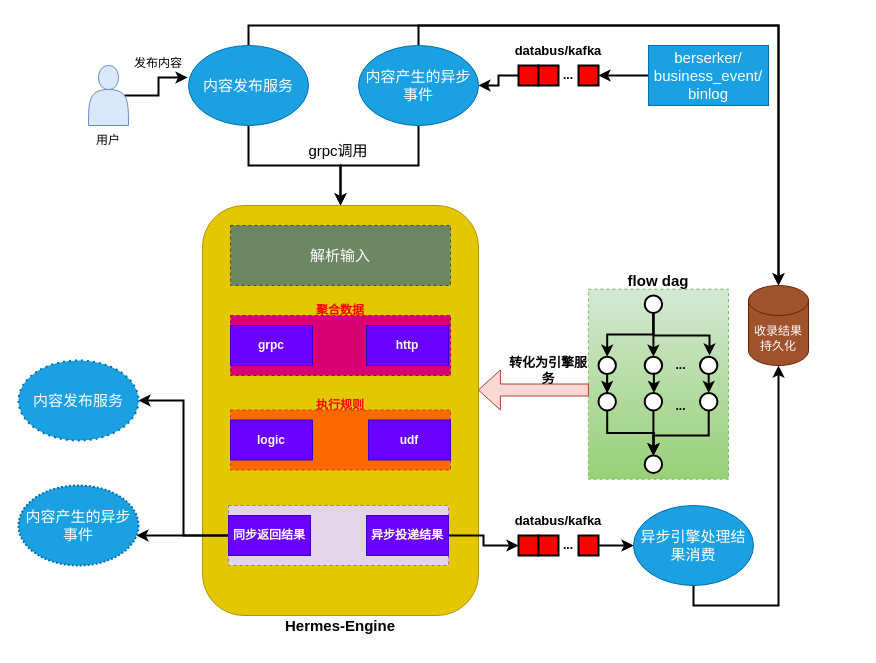
Above: 收录业务系统架构.drawio in smartcharles/tech_draw (draw.io), before the change. Source tidied: cells renumbered, new cells numbered last; positions are measured from the earlier drawing's top-left corner, leaving out a move shared by most shapes. Both pictures are drawn from the tidied source at 100%, with x=0, y=0 at pixel (18, 35).
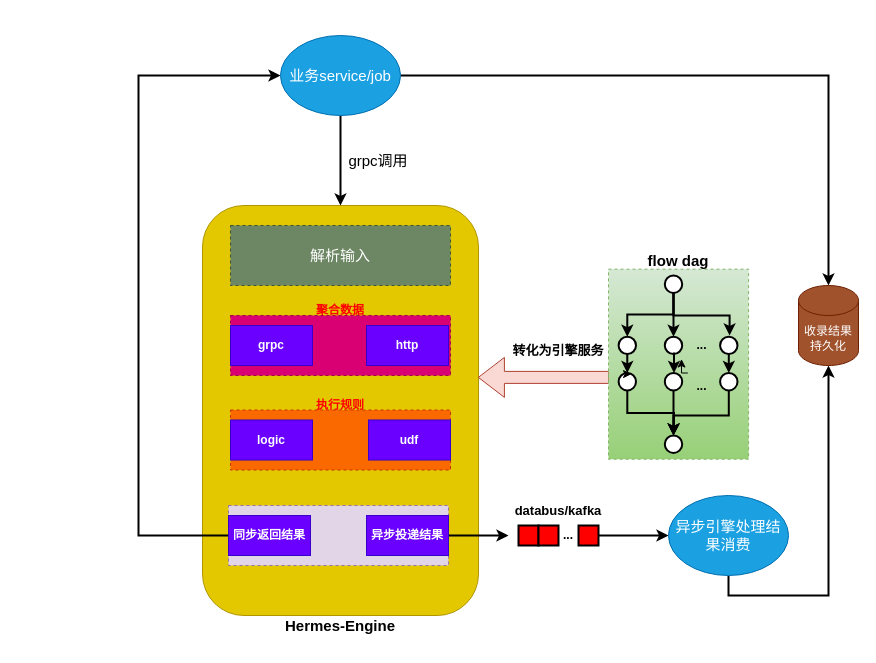
The same diagram, later.

Commit message (it also covers changes not shown here):
更新收录业务系统架构.drawio

Unchanged cells that the change refers to:
```xml
<mxCell id="9" style="rounded=1;whiteSpace=wrap;html=1;fillColor=#e3c800;strokeColor=#B09500;fontColor=#000000;" parent="1" vertex="1">
  <mxGeometry x="184" y="170" width="276" height="410" as="geometry" />
</mxCell>
<mxCell id="21" style="rounded=0;whiteSpace=wrap;html=1;dashed=1;fillColor=#e1d5e7;strokeColor=#9673a6;" parent="1" vertex="1">
  <mxGeometry x="210" y="470" width="220" height="60" as="geometry" />
</mxCell>
<mxCell id="28" value="&lt;b&gt;同步返回结果&lt;/b&gt;" style="rounded=0;whiteSpace=wrap;html=1;fillColor=#6a00ff;fontColor=#ffffff;strokeColor=#3700CC;" parent="1" vertex="1">
  <mxGeometry x="210" y="480" width="82" height="40" as="geometry" />
</mxCell>
<mxCell id="30" value="&lt;b&gt;异步投递结果&lt;/b&gt;" style="rounded=0;whiteSpace=wrap;html=1;fillColor=#6a00ff;fontColor=#ffffff;strokeColor=#3700CC;" parent="1" vertex="1">
  <mxGeometry x="348" y="480" width="82" height="40" as="geometry" />
</mxCell>
<mxCell id="71" value="&lt;b&gt;...&lt;/b&gt;" style="text;strokeColor=none;align=center;fillColor=none;html=1;verticalAlign=middle;whiteSpace=wrap;rounded=0;" parent="54" vertex="1">
  <mxGeometry x="55.4" y="56.7" width="55.4" height="27.2" as="geometry" />
</mxCell>
<mxCell id="72" value="&lt;b&gt;...&lt;/b&gt;" style="text;strokeColor=none;align=center;fillColor=none;html=1;verticalAlign=middle;whiteSpace=wrap;rounded=0;" parent="54" vertex="1">
  <mxGeometry x="55.4" y="97.5" width="55.4" height="27.2" as="geometry" />
</mxCell>
```

What changed in the source:
```diff
@@
-    <mxCell id="2" style="rounded=0;whiteSpace=wrap;html=1;dashed=1;fillColor=#d5e8d4;gradientColor=#97d077;strokeColor=#82b366;" parent="1" vertex="1">
-      <mxGeometry x="569.9" y="253.7" width="140.1" height="190" as="geometry" />
-    </mxCell>
-    <mxCell id="3" style="edgeStyle=orthogonalEdgeStyle;rounded=0;jettySize=auto;html=1;exitX=0.5;exitY=1;exitDx=0;exitDy=0;strokeWidth=2;" parent="1" edge="1" source="5" target="9">
-      <mxGeometry relative="1" as="geometry">
-        <Array as="points">
-          <mxPoint x="230" y="130" />
-          <mxPoint x="322" y="130" />
-        </Array>
-      </mxGeometry>
-    </mxCell>
-    <mxCell id="4" style="edgeStyle=orthogonalEdgeStyle;rounded=0;jettySize=auto;html=1;exitX=0.5;exitY=0;exitDx=0;exitDy=0;strokeWidth=2;" parent="1" edge="1" source="5" target="12">
-      <mxGeometry relative="1" as="geometry" />
-    </mxCell>
-    <mxCell id="5" value="&lt;span style=&quot;font-size: 15px;&quot;&gt;内容发布服务&lt;/span&gt;" style="ellipse;whiteSpace=wrap;html=1;fillColor=#1ba1e2;fontColor=#ffffff;strokeColor=#006EAF;" parent="1" vertex="1">
-      <mxGeometry x="170" y="10" width="120" height="80" as="geometry" />
-    </mxCell>
-    <mxCell id="6" style="edgeStyle=orthogonalEdgeStyle;rounded=0;jettySize=auto;html=1;exitX=0.5;exitY=1;exitDx=0;exitDy=0;entryX=0.5;entryY=0;entryDx=0;entryDy=0;strokeWidth=2;" parent="1" edge="1" source="8" target="9">
-      <mxGeometry relative="1" as="geometry" />
-    </mxCell>
-    <mxCell id="7" style="edgeStyle=orthogonalEdgeStyle;rounded=0;jettySize=auto;html=1;exitX=0.5;exitY=0;exitDx=0;exitDy=0;entryX=0.5;entryY=0;entryDx=0;entryDy=0;entryPerimeter=0;strokeWidth=2;" parent="1" edge="1" source="8" target="12">
-      <mxGeometry relative="1" as="geometry" />
-    </mxCell>
-    <mxCell id="8" value="&lt;font style=&quot;font-size: 15px;&quot;&gt;内容产生的异步事件&lt;/font&gt;" style="ellipse;whiteSpace=wrap;html=1;fillColor=#1ba1e2;fontColor=#ffffff;strokeColor=#006EAF;" parent="1" vertex="1">
-      <mxGeometry x="340" y="10" width="120" height="80" as="geometry" />
-    </mxCell>
@@
     <mxCell id="11" value="&lt;font style=&quot;font-size: 15px;&quot;&gt;异步引擎处理结果消费&lt;/font&gt;" style="ellipse;whiteSpace=wrap;html=1;fillColor=#1ba1e2;fontColor=#ffffff;strokeColor=#006EAF;" parent="1" vertex="1">
-      <mxGeometry x="615" y="470" width="120" height="80" as="geometry" />
+      <mxGeometry x="650" y="460" width="120" height="80" as="geometry" />
     </mxCell>
     <mxCell id="12" value="收录结果持久化" style="shape=cylinder3;whiteSpace=wrap;html=1;boundedLbl=1;backgroundOutline=1;size=15;fillColor=#a0522d;strokeColor=#6D1F00;fontColor=#ffffff;" parent="1" vertex="1">
-      <mxGeometry x="730" y="250" width="60" height="80" as="geometry" />
+      <mxGeometry x="780" y="250" width="60" height="80" as="geometry" />
     </mxCell>
-    <mxCell id="13" style="edgeStyle=orthogonalEdgeStyle;rounded=0;jettySize=auto;html=1;exitX=0.9;exitY=0.5;exitDx=0;exitDy=0;exitPerimeter=0;entryX=-0.008;entryY=0.4;entryDx=0;entryDy=0;entryPerimeter=0;strokeWidth=2;" parent="1" edge="1" source="14" target="5">
-      <mxGeometry relative="1" as="geometry">
-        <Array as="points">
-          <mxPoint x="140" y="60" />
-          <mxPoint x="140" y="42" />
-        </Array>
-      </mxGeometry>
-    </mxCell>
-    <mxCell id="14" style="shape=actor;whiteSpace=wrap;html=1;fillColor=#dae8fc;strokeColor=#6c8ebf;" parent="1" vertex="1">
-      <mxGeometry x="70" y="30" width="40" height="60" as="geometry" />
-    </mxCell>
-    <mxCell id="15" style="edgeStyle=orthogonalEdgeStyle;rounded=0;jettySize=auto;html=1;exitX=0;exitY=0.5;exitDx=0;exitDy=0;entryX=1;entryY=0.5;entryDx=0;entryDy=0;strokeWidth=2;" parent="1" edge="1" source="16" target="46">
-      <mxGeometry relative="1" as="geometry" />
-    </mxCell>
-    <mxCell id="16" value="&lt;font style=&quot;font-size: 15px;&quot;&gt;berserker/&lt;br&gt;business_event/&lt;br&gt;binlog&lt;br&gt;&lt;/font&gt;" style="rounded=0;whiteSpace=wrap;html=1;fillColor=#1ba1e2;fontColor=#ffffff;strokeColor=#006EAF;" parent="1" vertex="1">
-      <mxGeometry x="630" y="10" width="120" height="60" as="geometry" />
-    </mxCell>
-    <mxCell id="17" style="edgeStyle=orthogonalEdgeStyle;rounded=0;jettySize=auto;html=1;exitX=0;exitY=0.5;exitDx=0;exitDy=0;entryX=1;entryY=0.5;entryDx=0;entryDy=0;strokeWidth=2;" parent="1" edge="1" target="8">
-      <mxGeometry relative="1" as="geometry">
-        <mxPoint x="500" y="40" as="sourcePoint" />
-        <Array as="points">
-          <mxPoint x="480" y="40" />
-          <mxPoint x="480" y="50" />
-        </Array>
-      </mxGeometry>
-    </mxCell>
@@
-    <mxCell id="19" style="edgeStyle=orthogonalEdgeStyle;rounded=0;jettySize=auto;html=1;exitX=0;exitY=0.5;exitDx=0;exitDy=0;entryX=1;entryY=0.5;entryDx=0;entryDy=0;strokeWidth=2;" parent="1" edge="1" source="21" target="32">
-      <mxGeometry relative="1" as="geometry" />
-    </mxCell>
-    <mxCell id="20" style="edgeStyle=orthogonalEdgeStyle;rounded=0;jettySize=auto;html=1;entryX=0.983;entryY=0.625;entryDx=0;entryDy=0;entryPerimeter=0;strokeWidth=2;" parent="1" edge="1" source="21" target="33">
-      <mxGeometry relative="1" as="geometry">
-        <Array as="points">
-          <mxPoint x="160" y="500" />
-          <mxPoint x="160" y="500" />
-        </Array>
-      </mxGeometry>
-    </mxCell>
@@
+    <mxCell id="79" style="edgeStyle=orthogonalEdgeStyle;rounded=0;jettySize=auto;html=1;entryX=0;entryY=0.5;entryDx=0;entryDy=0;strokeWidth=2;" parent="1" edge="1" source="28" target="83">
+      <mxGeometry relative="1" as="geometry">
+        <Array as="points">
+          <mxPoint x="120" y="500" />
+          <mxPoint x="120" y="40" />
+        </Array>
+      </mxGeometry>
+    </mxCell>
@@
-    <mxCell id="29" style="edgeStyle=orthogonalEdgeStyle;rounded=0;jettySize=auto;html=1;strokeWidth=2;" parent="1" edge="1" source="30">
-      <mxGeometry relative="1" as="geometry">
-        <mxPoint x="500" y="510" as="targetPoint" />
-        <Array as="points">
-          <mxPoint x="465" y="500" />
-          <mxPoint x="465" y="510" />
-        </Array>
-      </mxGeometry>
-    </mxCell>
+    <mxCell id="80" style="edgeStyle=orthogonalEdgeStyle;rounded=0;jettySize=auto;html=1;exitX=1;exitY=0.5;exitDx=0;exitDy=0;strokeWidth=2;" parent="1" edge="1" source="30">
+      <mxGeometry relative="1" as="geometry">
+        <mxPoint x="490" y="500" as="targetPoint" />
+        <Array as="points">
+          <mxPoint x="460" y="500" />
+          <mxPoint x="460" y="500" />
+        </Array>
+      </mxGeometry>
+    </mxCell>
@@
-    <mxCell id="31" value="发布内容" style="text;strokeColor=none;align=center;fillColor=none;html=1;verticalAlign=middle;whiteSpace=wrap;rounded=0;" parent="1" vertex="1">
-      <mxGeometry x="110" y="12.5" width="60" height="30" as="geometry" />
-    </mxCell>
-    <mxCell id="32" value="&lt;span style=&quot;font-size: 15px;&quot;&gt;内容发布服务&lt;/span&gt;" style="ellipse;whiteSpace=wrap;html=1;dashed=1;dashPattern=1 2;strokeWidth=2;fillColor=#1ba1e2;fontColor=#ffffff;strokeColor=#006EAF;" parent="1" vertex="1">
-      <mxGeometry y="325" width="120" height="80" as="geometry" />
-    </mxCell>
-    <mxCell id="33" value="&lt;font style=&quot;font-size: 15px;&quot;&gt;内容产生的异步事件&lt;/font&gt;" style="ellipse;whiteSpace=wrap;html=1;dashed=1;dashPattern=1 1;strokeWidth=2;fillColor=#1ba1e2;fontColor=#ffffff;strokeColor=#006EAF;" parent="1" vertex="1">
-      <mxGeometry y="450" width="120" height="80" as="geometry" />
-    </mxCell>
-    <mxCell id="34" style="edgeStyle=orthogonalEdgeStyle;rounded=0;jettySize=auto;html=1;exitX=1;exitY=0.5;exitDx=0;exitDy=0;entryX=0;entryY=0.5;entryDx=0;entryDy=0;" parent="1" edge="1" target="11">
-      <mxGeometry relative="1" as="geometry">
-        <mxPoint x="590" y="510" as="sourcePoint" />
-      </mxGeometry>
-    </mxCell>
@@
-    <mxCell id="37" value="用户" style="text;strokeColor=none;align=center;fillColor=none;html=1;verticalAlign=middle;whiteSpace=wrap;rounded=0;" parent="1" vertex="1">
-      <mxGeometry x="60" y="90" width="60" height="30" as="geometry" />
-    </mxCell>
     <mxCell id="38" value="grpc调用" style="text;strokeColor=none;align=center;fillColor=none;html=1;verticalAlign=middle;whiteSpace=wrap;rounded=0;fontSize=15;" parent="1" vertex="1">
-      <mxGeometry x="280" y="100" width="80" height="30" as="geometry" />
+      <mxGeometry x="320" y="110" width="80" height="30" as="geometry" />
     </mxCell>
-    <mxCell id="39" style="edgeStyle=orthogonalEdgeStyle;rounded=0;jettySize=auto;html=1;strokeWidth=2;" parent="1" edge="1" target="11">
-      <mxGeometry relative="1" as="geometry">
-        <mxPoint x="580" y="510" as="sourcePoint" />
-        <Array as="points">
-          <mxPoint x="600" y="510" />
-          <mxPoint x="600" y="510" />
-        </Array>
-      </mxGeometry>
-    </mxCell>
-    <mxCell id="40" style="group;" parent="1" vertex="1">
-      <mxGeometry x="490" width="100" height="55" as="geometry" />
-    </mxCell>
-    <mxCell id="41" value="&lt;b&gt;&lt;font style=&quot;font-size: 13px;&quot;&gt;databus/kafka&lt;/font&gt;&lt;/b&gt;" style="text;strokeColor=none;align=center;fillColor=none;html=1;verticalAlign=middle;whiteSpace=wrap;rounded=0;" parent="40" vertex="1">
-      <mxGeometry width="100" height="30" as="geometry" />
-    </mxCell>
-    <mxCell id="42" style="group;" parent="40" vertex="1">
-      <mxGeometry x="10" y="25" width="80" height="30" as="geometry" />
-    </mxCell>
-    <mxCell id="43" style="rounded=0;whiteSpace=wrap;html=1;strokeWidth=2;fillColor=#FF0000;" parent="42" vertex="1">
-      <mxGeometry y="5" width="20" height="20" as="geometry" />
-    </mxCell>
-    <mxCell id="44" style="rounded=0;whiteSpace=wrap;html=1;strokeWidth=2;fillColor=#FF0000;" parent="42" vertex="1">
-      <mxGeometry x="20" y="5" width="20" height="20" as="geometry" />
-    </mxCell>
-    <mxCell id="45" value="&lt;b&gt;...&lt;/b&gt;" style="text;strokeColor=none;align=center;fillColor=none;html=1;verticalAlign=middle;whiteSpace=wrap;rounded=0;" parent="42" vertex="1">
-      <mxGeometry x="20" width="60" height="30" as="geometry" />
-    </mxCell>
-    <mxCell id="46" style="rounded=0;whiteSpace=wrap;html=1;strokeWidth=2;fillColor=#FF0000;" parent="42" vertex="1">
-      <mxGeometry x="60" y="5" width="20" height="20" as="geometry" />
-    </mxCell>
     <mxCell id="47" style="group;" parent="1" vertex="1">
-      <mxGeometry x="490" y="470" width="100" height="55" as="geometry" />
+      <mxGeometry x="490" y="460" width="100" height="55" as="geometry" />
     </mxCell>
@@
-    <mxCell id="49" style="group;" parent="47" vertex="1">
-      <mxGeometry x="10" y="25" width="80" height="30" as="geometry" />
-    </mxCell>
-    <mxCell id="50" style="rounded=0;whiteSpace=wrap;html=1;strokeWidth=2;fillColor=#FF0000;" parent="49" vertex="1">
-      <mxGeometry y="5" width="20" height="20" as="geometry" />
+    <mxCell id="50" style="rounded=0;whiteSpace=wrap;html=1;strokeWidth=2;fillColor=#FF0000;" parent="47" vertex="1">
+      <mxGeometry x="10" y="30" width="20" height="20" as="geometry" />
     </mxCell>
-    <mxCell id="51" style="rounded=0;whiteSpace=wrap;html=1;strokeWidth=2;fillColor=#FF0000;" parent="49" vertex="1">
-      <mxGeometry x="20" y="5" width="20" height="20" as="geometry" />
+    <mxCell id="51" style="rounded=0;whiteSpace=wrap;html=1;strokeWidth=2;fillColor=#FF0000;" parent="47" vertex="1">
+      <mxGeometry x="30" y="30" width="20" height="20" as="geometry" />
     </mxCell>
-    <mxCell id="52" value="&lt;b&gt;...&lt;/b&gt;" style="text;strokeColor=none;align=center;fillColor=none;html=1;verticalAlign=middle;whiteSpace=wrap;rounded=0;" parent="49" vertex="1">
-      <mxGeometry x="20" width="60" height="30" as="geometry" />
+    <mxCell id="52" value="&lt;b&gt;...&lt;/b&gt;" style="text;strokeColor=none;align=center;fillColor=none;html=1;verticalAlign=middle;whiteSpace=wrap;rounded=0;" parent="47" vertex="1">
+      <mxGeometry x="30" y="25" width="60" height="30" as="geometry" />
     </mxCell>
-    <mxCell id="53" style="rounded=0;whiteSpace=wrap;html=1;strokeWidth=2;fillColor=#FF0000;" parent="49" vertex="1">
-      <mxGeometry x="60" y="5" width="20" height="20" as="geometry" />
+    <mxCell id="53" style="rounded=0;whiteSpace=wrap;html=1;strokeWidth=2;fillColor=#FF0000;" parent="47" vertex="1">
+      <mxGeometry x="70" y="30" width="20" height="20" as="geometry" />
     </mxCell>
+    <mxCell id="75" value="&lt;b&gt;&lt;font style=&quot;font-size: 15px;&quot;&gt;Hermes-Engine&lt;/font&gt;&lt;/b&gt;" style="text;strokeColor=none;align=center;fillColor=none;html=1;verticalAlign=middle;whiteSpace=wrap;rounded=0;" parent="1" vertex="1">
+      <mxGeometry x="259" y="570" width="126" height="40" as="geometry" />
+    </mxCell>
+    <mxCell id="77" style="shape=singleArrow;direction=west;whiteSpace=wrap;html=1;fillColor=#fad9d5;strokeColor=#ae4132;" parent="1" vertex="1">
+      <mxGeometry x="459.9" y="321.9" width="130.1" height="40" as="geometry" />
+    </mxCell>
+    <mxCell id="78" value="&lt;b&gt;&lt;font style=&quot;font-size: 13px;&quot;&gt;转化为引擎服务&lt;/font&gt;&lt;/b&gt;" style="text;strokeColor=none;align=center;fillColor=none;html=1;verticalAlign=middle;whiteSpace=wrap;rounded=0;fontSize=12;" parent="1" vertex="1">
+      <mxGeometry x="489.9" y="300" width="100.1" height="30" as="geometry" />
+    </mxCell>
+    <mxCell id="81" style="edgeStyle=orthogonalEdgeStyle;rounded=0;jettySize=auto;html=1;strokeWidth=2;" parent="1" edge="1" source="83" target="9">
+      <mxGeometry relative="1" as="geometry">
+        <Array as="points">
+          <mxPoint x="322" y="100" />
+          <mxPoint x="322" y="100" />
+        </Array>
+      </mxGeometry>
+    </mxCell>
+    <mxCell id="82" style="edgeStyle=orthogonalEdgeStyle;rounded=0;jettySize=auto;html=1;strokeWidth=2;" parent="1" edge="1" source="83" target="12">
+      <mxGeometry relative="1" as="geometry" />
+    </mxCell>
+    <mxCell id="83" value="&lt;font style=&quot;font-size: 15px;&quot;&gt;业务service/job&lt;/font&gt;" style="ellipse;whiteSpace=wrap;html=1;fillColor=#1ba1e2;fontColor=#ffffff;strokeColor=#006EAF;" parent="1" vertex="1">
+      <mxGeometry x="262" width="120" height="80" as="geometry" />
+    </mxCell>
+    <mxCell id="84" style="group;" parent="1" vertex="1">
+      <mxGeometry x="590" y="200" width="140.1" height="223.7" as="geometry" />
+    </mxCell>
+    <mxCell id="2" style="rounded=0;whiteSpace=wrap;html=1;dashed=1;fillColor=#d5e8d4;gradientColor=#97d077;strokeColor=#82b366;" parent="84" vertex="1">
+      <mxGeometry y="33.7" width="140.1" height="190" as="geometry" />
+    </mxCell>
-    <mxCell id="54" style="group;" parent="1" vertex="1">
-      <mxGeometry x="580" y="260" width="129.9" height="183.7" as="geometry" />
+    <mxCell id="54" style="group;" parent="84" vertex="1">
+      <mxGeometry x="10.1" y="40" width="129.9" height="183.7" as="geometry" />
     </mxCell>
@@
+    <mxCell id="85" style="edgeStyle=orthogonalEdgeStyle;rounded=0;jettySize=auto;html=1;exitX=0.25;exitY=0;exitDx=0;exitDy=0;entryX=0.136;entryY=0.987;entryDx=0;entryDy=0;entryPerimeter=0;" parent="54" edge="1" source="72" target="71">
+      <mxGeometry relative="1" as="geometry" />
+    </mxCell>
@@
-    <mxCell id="75" value="&lt;b&gt;&lt;font style=&quot;font-size: 15px;&quot;&gt;Hermes-Engine&lt;/font&gt;&lt;/b&gt;" style="text;strokeColor=none;align=center;fillColor=none;html=1;verticalAlign=middle;whiteSpace=wrap;rounded=0;" parent="1" vertex="1">
-      <mxGeometry x="259" y="570" width="126" height="40" as="geometry" />
-    </mxCell>
-    <mxCell id="76" value="&lt;b&gt;&lt;font style=&quot;font-size: 15px;&quot;&gt;flow dag&lt;/font&gt;&lt;/b&gt;" style="text;strokeColor=none;align=center;fillColor=none;html=1;verticalAlign=middle;whiteSpace=wrap;rounded=0;" parent="1" vertex="1">
-      <mxGeometry x="585" y="220" width="110" height="50" as="geometry" />
+    <mxCell id="76" value="&lt;b&gt;&lt;font style=&quot;font-size: 15px;&quot;&gt;flow dag&lt;/font&gt;&lt;/b&gt;" style="text;strokeColor=none;align=center;fillColor=none;html=1;verticalAlign=middle;whiteSpace=wrap;rounded=0;" parent="84" vertex="1">
+      <mxGeometry x="15" width="110" height="50" as="geometry" />
     </mxCell>
-    <mxCell id="77" style="shape=singleArrow;direction=west;whiteSpace=wrap;html=1;fillColor=#fad9d5;strokeColor=#ae4132;" parent="1" vertex="1">
-      <mxGeometry x="459.9" y="334.5" width="110" height="40" as="geometry" />
-    </mxCell>
-    <mxCell id="78" value="&lt;b&gt;&lt;font style=&quot;font-size: 13px;&quot;&gt;转化为引擎服务&lt;/font&gt;&lt;/b&gt;" style="text;strokeColor=none;align=center;fillColor=none;html=1;verticalAlign=middle;whiteSpace=wrap;rounded=0;fontSize=12;" parent="1" vertex="1">
-      <mxGeometry x="489.9" y="320" width="80" height="30" as="geometry" />
-    </mxCell>
+    <mxCell id="86" style="edgeStyle=orthogonalEdgeStyle;rounded=0;jettySize=auto;html=1;exitX=1;exitY=0.5;exitDx=0;exitDy=0;entryX=0;entryY=0.5;entryDx=0;entryDy=0;strokeWidth=2;" parent="1" edge="1" source="52" target="11">
+      <mxGeometry relative="1" as="geometry" />
+    </mxCell>
```
